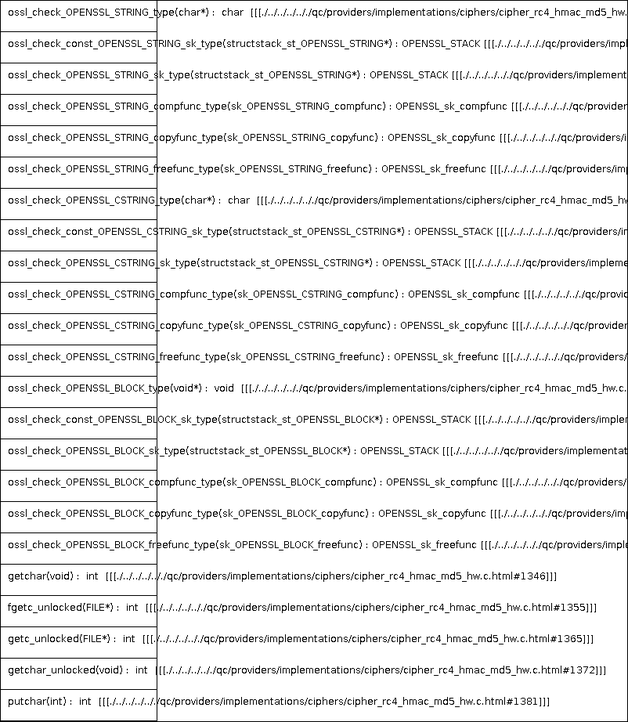
The PlantUML diagram docs/qc/providers/implementations/ciphers/cipher_rc4_hmac_md5_hw.c.png in qualitesys/openssl, before a commit. Its source is kept beside it as docs/qc/providers/implementations/ciphers/cipher_rc4_hmac_md5_hw.c.puml.
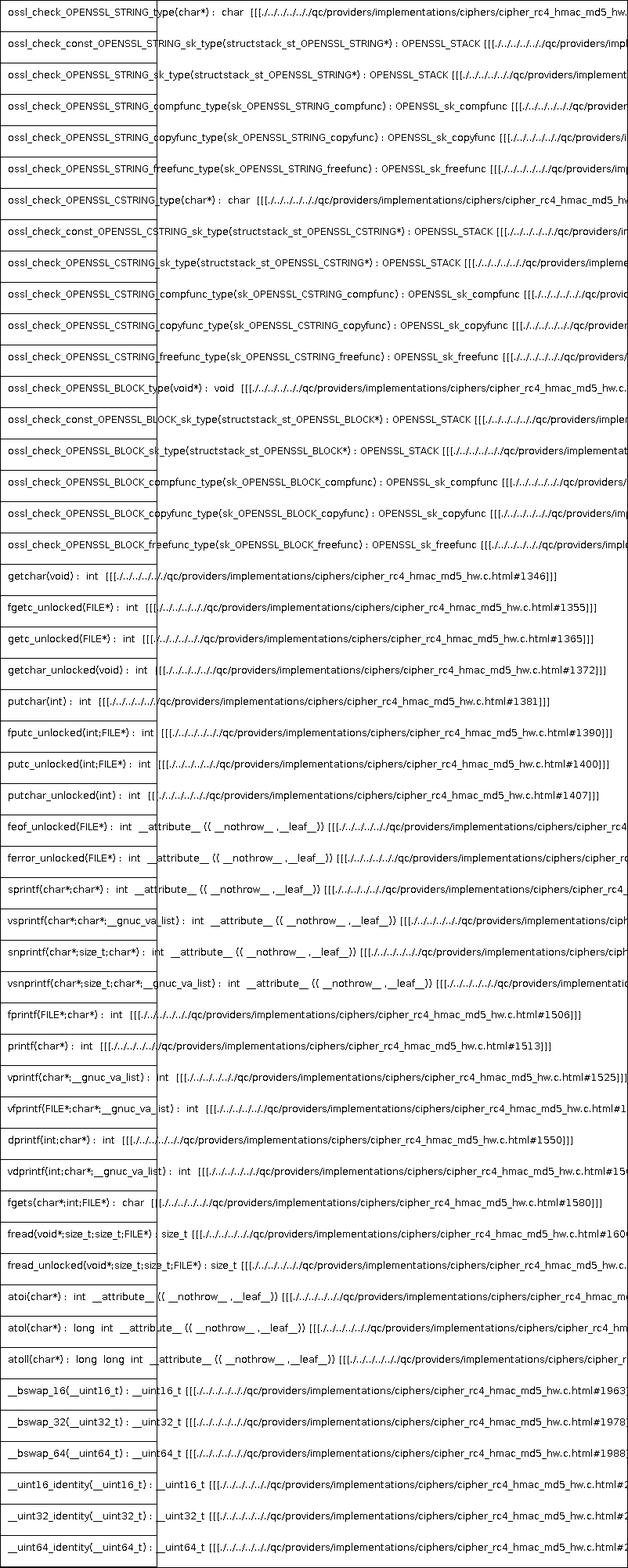
The same diagram one commit later.

What changed in the source:
```diff
@@ -24,5 +24,32 @@
 getc_unlocked(FILE*) :  int  [[[./../../../.././qc/providers/implementations/ciphers/cipher_rc4_hmac_md5_hw.c.html#1365]]]
 getchar_unlocked(void) :  int  [[[./../../../.././qc/providers/implementations/ciphers/cipher_rc4_hmac_md5_hw.c.html#1372]]]
 putchar(int) :  int  [[[./../../../.././qc/providers/implementations/ciphers/cipher_rc4_hmac_md5_hw.c.html#1381]]]
+fputc_unlocked(int;FILE*) :  int  [[[./../../../.././qc/providers/implementations/ciphers/cipher_rc4_hmac_md5_hw.c.html#1390]]]
+putc_unlocked(int;FILE*) :  int  [[[./../../../.././qc/providers/implementations/ciphers/cipher_rc4_hmac_md5_hw.c.html#1400]]]
+putchar_unlocked(int) :  int  [[[./../../../.././qc/providers/implementations/ciphers/cipher_rc4_hmac_md5_hw.c.html#1407]]]
+feof_unlocked(FILE*) :  int  __attribute__ (( __nothrow__ ,__leaf__)) [[[./../../../.././qc/providers/implementations/ciphers/cipher_rc4_hmac_md5_hw.c.html#1413]]]
+ferror_unlocked(FILE*) :  int  __attribute__ (( __nothrow__ ,__leaf__)) [[[./../../../.././qc/providers/implementations/ciphers/cipher_rc4_hmac_md5_hw.c.html#1420]]]
+sprintf(char*;char*) :  int  __attribute__ (( __nothrow__ ,__leaf__)) [[[./../../../.././qc/providers/implementations/ciphers/cipher_rc4_hmac_md5_hw.c.html#1439]]]
+vsprintf(char*;char*;__gnuc_va_list) :  int  __attribute__ (( __nothrow__ ,__leaf__)) [[[./../../../.././qc/providers/implementations/ciphers/cipher_rc4_hmac_md5_hw.c.html#1452]]]
+snprintf(char*;size_t;char*) :  int  __attribute__ (( __nothrow__ ,__leaf__)) [[[./../../../.././qc/providers/implementations/ciphers/cipher_rc4_hmac_md5_hw.c.html#1471]]]
+vsnprintf(char*;size_t;char*;__gnuc_va_list) :  int  __attribute__ (( __nothrow__ ,__leaf__)) [[[./../../../.././qc/providers/implementations/ciphers/cipher_rc4_hmac_md5_hw.c.html#1485]]]
+fprintf(FILE*;char*) :  int  [[[./../../../.././qc/providers/implementations/ciphers/cipher_rc4_hmac_md5_hw.c.html#1506]]]
+printf(char*) :  int  [[[./../../../.././qc/providers/implementations/ciphers/cipher_rc4_hmac_md5_hw.c.html#1513]]]
+vprintf(char*;__gnuc_va_list) :  int  [[[./../../../.././qc/providers/implementations/ciphers/cipher_rc4_hmac_md5_hw.c.html#1525]]]
+vfprintf(FILE*;char*;__gnuc_va_list) :  int  [[[./../../../.././qc/providers/implementations/ciphers/cipher_rc4_hmac_md5_hw.c.html#1535]]]
+dprintf(int;char*) :  int  [[[./../../../.././qc/providers/implementations/ciphers/cipher_rc4_hmac_md5_hw.c.html#1550]]]
+vdprintf(int;char*;__gnuc_va_list) :  int  [[[./../../../.././qc/providers/implementations/ciphers/cipher_rc4_hmac_md5_hw.c.html#1561]]]
+fgets(char*;int;FILE*) :  char  [[[./../../../.././qc/providers/implementations/ciphers/cipher_rc4_hmac_md5_hw.c.html#1580]]]
+fread(void*;size_t;size_t;FILE*) : size_t [[[./../../../.././qc/providers/implementations/ciphers/cipher_rc4_hmac_md5_hw.c.html#1606]]]
+fread_unlocked(void*;size_t;size_t;FILE*) : size_t [[[./../../../.././qc/providers/implementations/ciphers/cipher_rc4_hmac_md5_hw.c.html#1633]]]
+atoi(char*) :  int  __attribute__ (( __nothrow__ ,__leaf__)) [[[./../../../.././qc/providers/implementations/ciphers/cipher_rc4_hmac_md5_hw.c.html#1804]]]
+atol(char*) :  long  int  __attribute__ (( __nothrow__ ,__leaf__)) [[[./../../../.././qc/providers/implementations/ciphers/cipher_rc4_hmac_md5_hw.c.html#1809]]]
+atoll(char*) :  long  long  int  __attribute__ (( __nothrow__ ,__leaf__)) [[[./../../../.././qc/providers/implementations/ciphers/cipher_rc4_hmac_md5_hw.c.html#1816]]]
+__bswap_16(__uint16_t) : __uint16_t [[[./../../../.././qc/providers/implementations/ciphers/cipher_rc4_hmac_md5_hw.c.html#1963]]]
+__bswap_32(__uint32_t) : __uint32_t [[[./../../../.././qc/providers/implementations/ciphers/cipher_rc4_hmac_md5_hw.c.html#1978]]]
+__bswap_64(__uint64_t) : __uint64_t [[[./../../../.././qc/providers/implementations/ciphers/cipher_rc4_hmac_md5_hw.c.html#1988]]]
+__uint16_identity(__uint16_t) : __uint16_t [[[./../../../.././qc/providers/implementations/ciphers/cipher_rc4_hmac_md5_hw.c.html#2000]]]
+__uint32_identity(__uint32_t) : __uint32_t [[[./../../../.././qc/providers/implementations/ciphers/cipher_rc4_hmac_md5_hw.c.html#2006]]]
+__uint64_identity(__uint64_t) : __uint64_t [[[./../../../.././qc/providers/implementations/ciphers/cipher_rc4_hmac_md5_hw.c.html#2012]]]
 }
 @enduml
```
